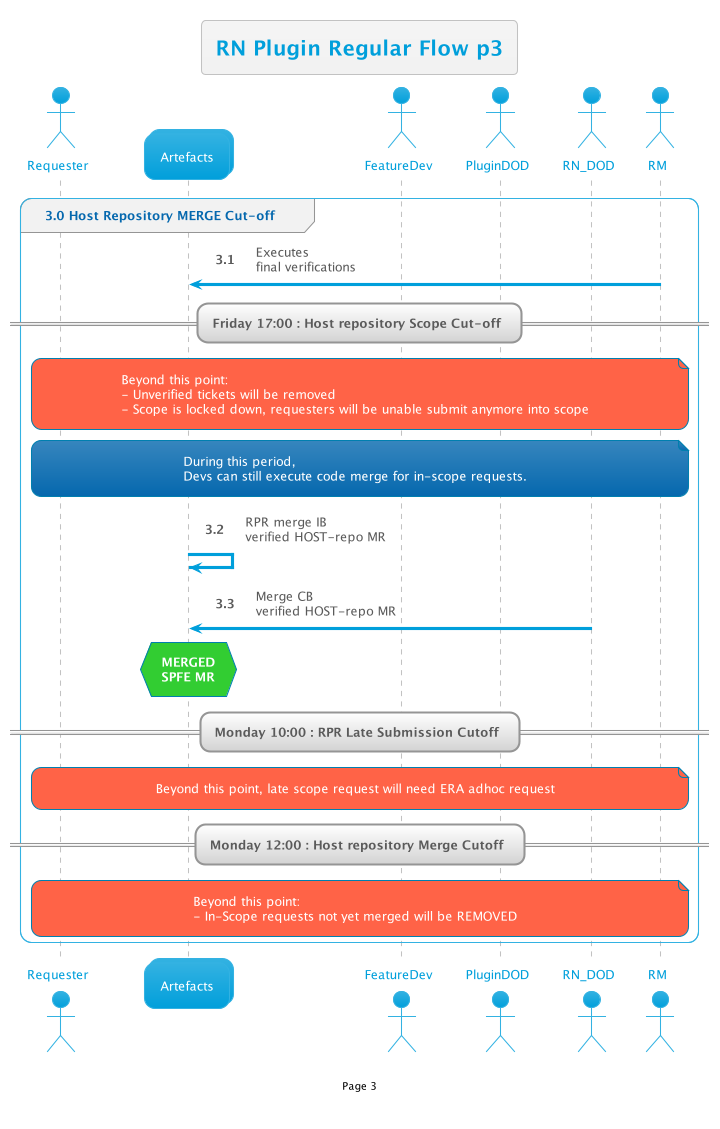
Before: out/RNReview/RegularFlow/3/3.png, a diagram exported from PlantUML (thetomitomo/diagrams).
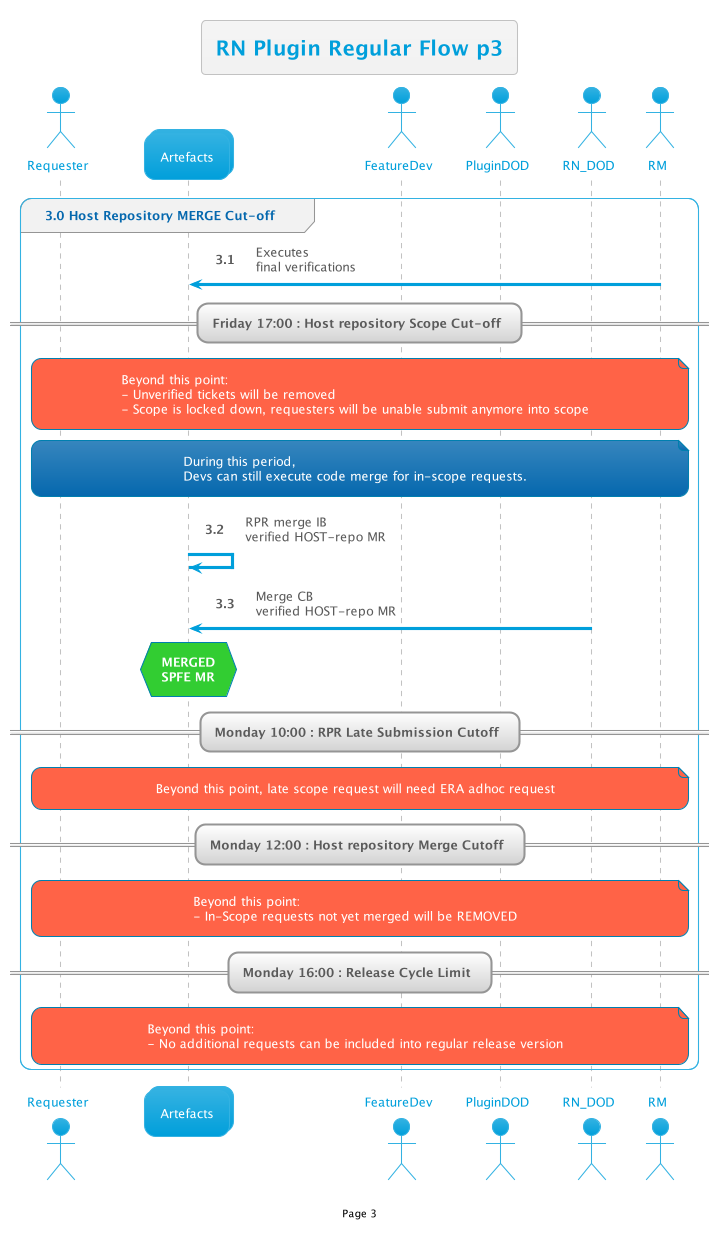
The same diagram one commit later.

Diff of the diagram source:
```diff
@@ -25,6 +25,9 @@
 
     note over req,RM#Tomato: Beyond this point:\n- In-Scope requests not yet merged will be REMOVED
 
+    == Monday 16:00 : Release Cycle Limit ==
+
+    note over req,RM#Tomato: Beyond this point:\n- No additional requests can be included into regular release version
 end
 
 
```
